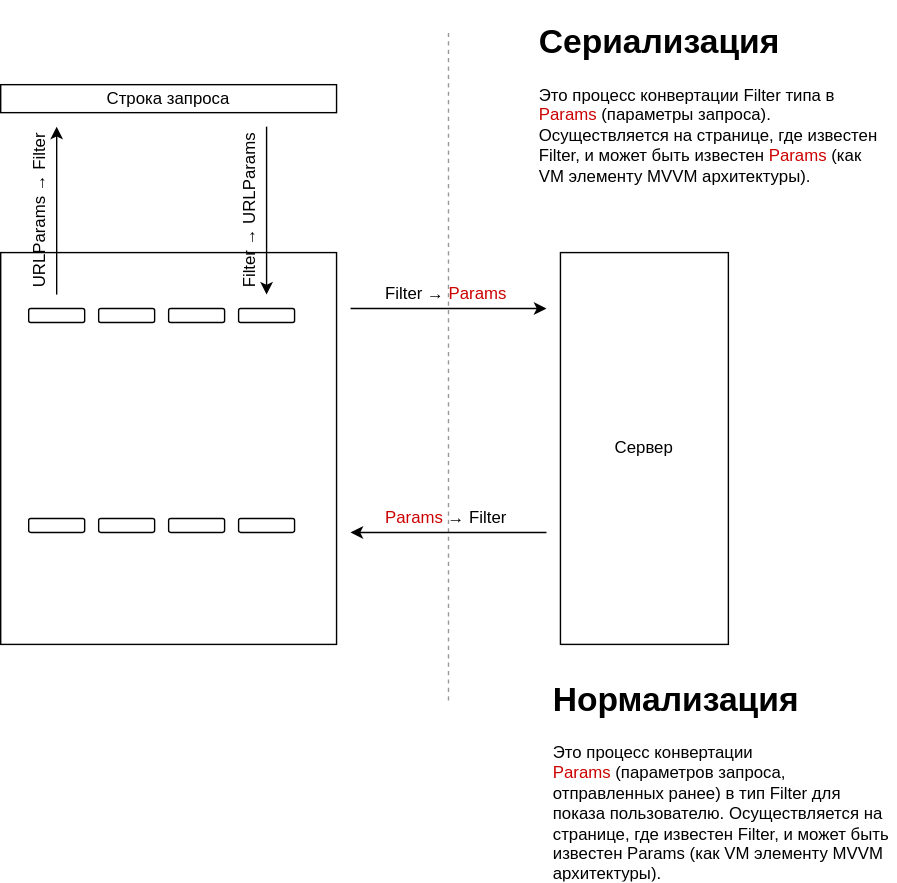
This is filters.svg from ajile/draw-io, a draw.io export, as it was before one commit. Source tidied: cells renumbered, new cells last; positions are measured from the earlier drawing's top-left corner, leaving out a move shared by most shapes.
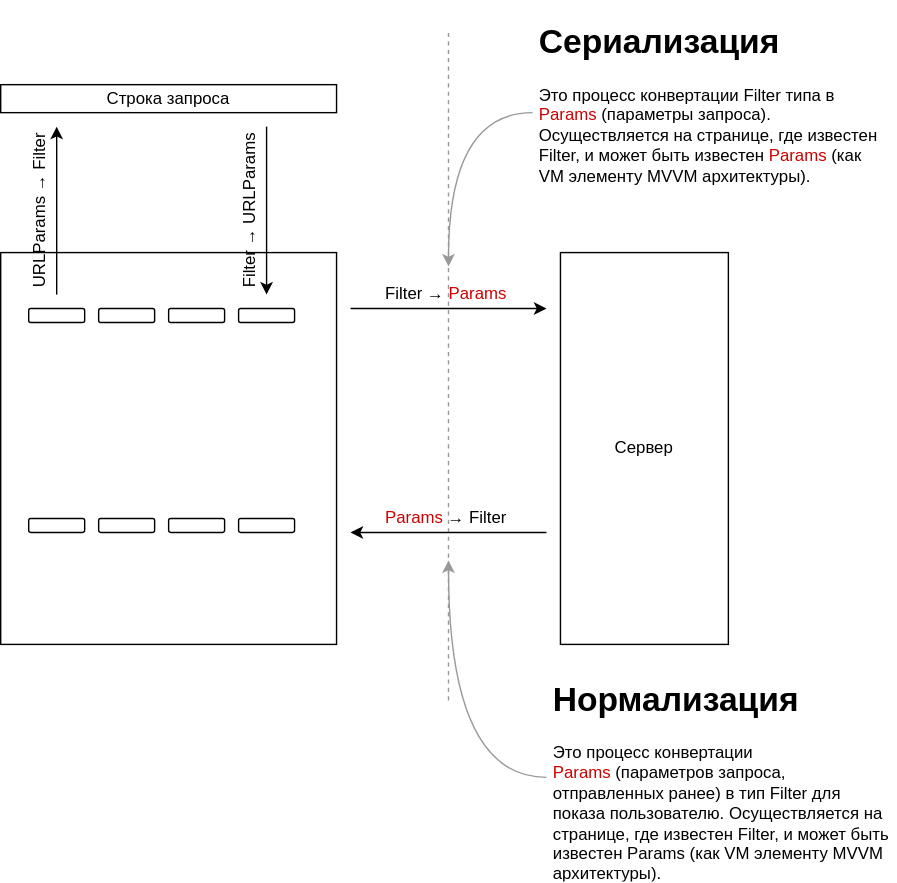
After the commit.

Diff of the diagram source:
```diff
@@ -109,9 +109,19 @@
       <mxGeometry y="130" width="117" height="20" as="geometry" />
     </mxCell>
     <mxCell id="35" value="Notices" parent="0" />
+    <mxCell id="38" style="edgeStyle=orthogonalEdgeStyle;rounded=0;jettySize=auto;html=1;strokeColor=#999999;curved=1;" parent="35" edge="1" source="36">
+      <mxGeometry relative="1" as="geometry">
+        <mxPoint x="350" y="180" as="targetPoint" />
+      </mxGeometry>
+    </mxCell>
     <mxCell id="36" value="&lt;h1&gt;Сериализация&lt;/h1&gt;&lt;p&gt;Это процесс конвертации Filter типа в &lt;font color=&quot;#cc0000&quot;&gt;Params&lt;/font&gt; (параметры запроса). Осуществляется на странице, где известен Filter, и может быть известен &lt;font color=&quot;#cc0000&quot;&gt;Params&lt;/font&gt; (как VM элементу MVVM архитектуры).&lt;/p&gt;" style="text;html=1;strokeColor=none;fillColor=none;spacing=5;spacingTop=-20;whiteSpace=wrap;overflow=hidden;rounded=0;" parent="35" vertex="1">
       <mxGeometry x="410" width="250" height="140" as="geometry" />
     </mxCell>
+    <mxCell id="39" style="edgeStyle=orthogonalEdgeStyle;curved=1;rounded=0;jettySize=auto;html=1;strokeColor=#999999;" parent="35" edge="1" source="37">
+      <mxGeometry relative="1" as="geometry">
+        <mxPoint x="350" y="390" as="targetPoint" />
+      </mxGeometry>
+    </mxCell>
     <mxCell id="37" value="&lt;h1&gt;Нормализация&lt;/h1&gt;&lt;p&gt;Это процесс конвертации &lt;font color=&quot;#cc0000&quot;&gt;Params&lt;/font&gt;&amp;nbsp;(параметров запроса, отправленных ранее) в тип Filter для показа пользователю. Осуществляется на странице, где известен Filter, и может быть известен Params (как VM элементу MVVM архитектуры).&lt;/p&gt;" style="text;html=1;strokeColor=none;fillColor=none;spacing=5;spacingTop=-20;whiteSpace=wrap;overflow=hidden;rounded=0;" parent="35" vertex="1">
       <mxGeometry x="420" y="470" width="250" height="150" as="geometry" />
     </mxCell>
```
